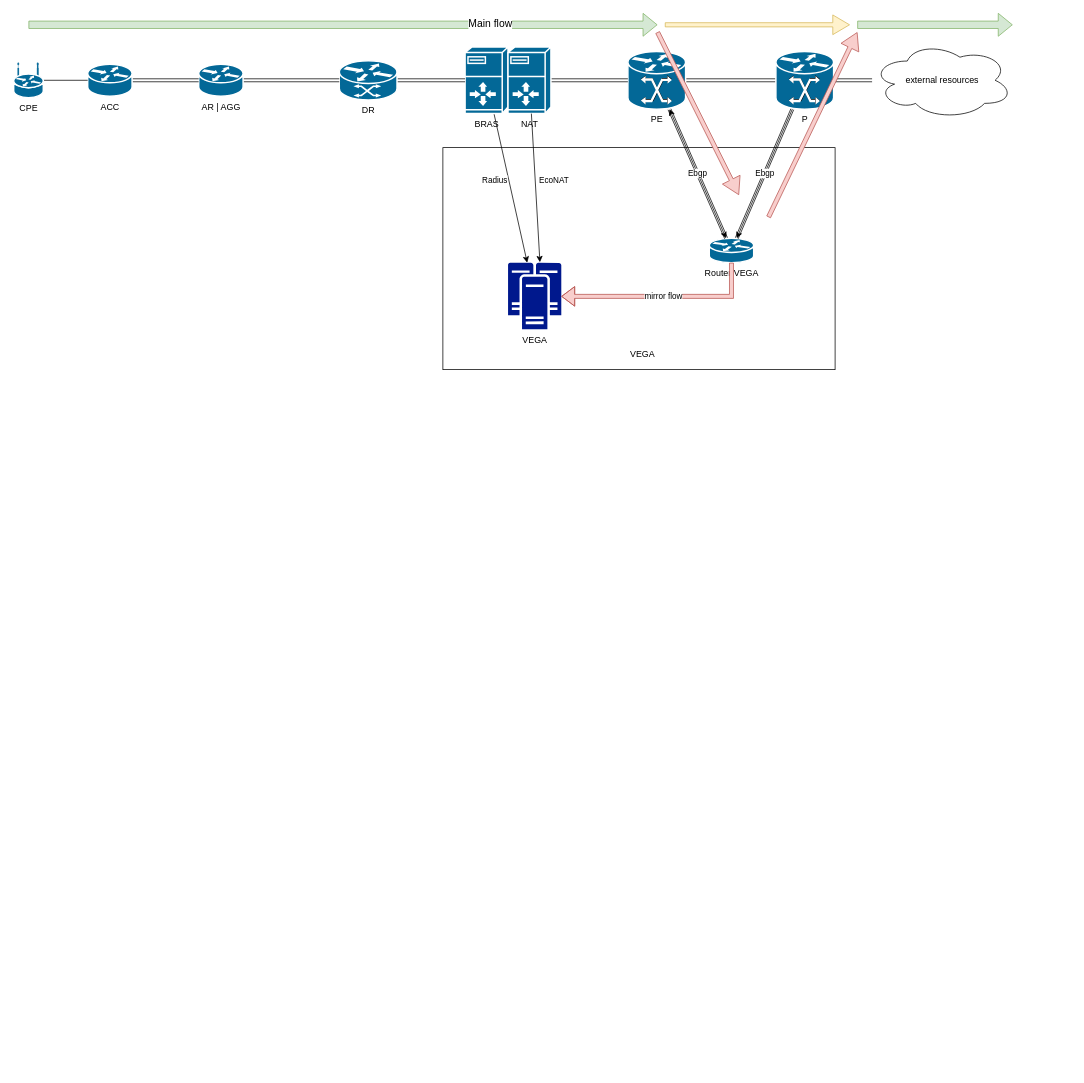
Before: Vega_flow.drawio in qqmax7/test, a draw.io diagram. Source tidied: cells renumbered, new cells numbered last; positions are measured from the earlier drawing's top-left corner, leaving out a move shared by most shapes. Both pictures are drawn from the tidied source at 74%, with x=0, y=0 at pixel (13, 24).
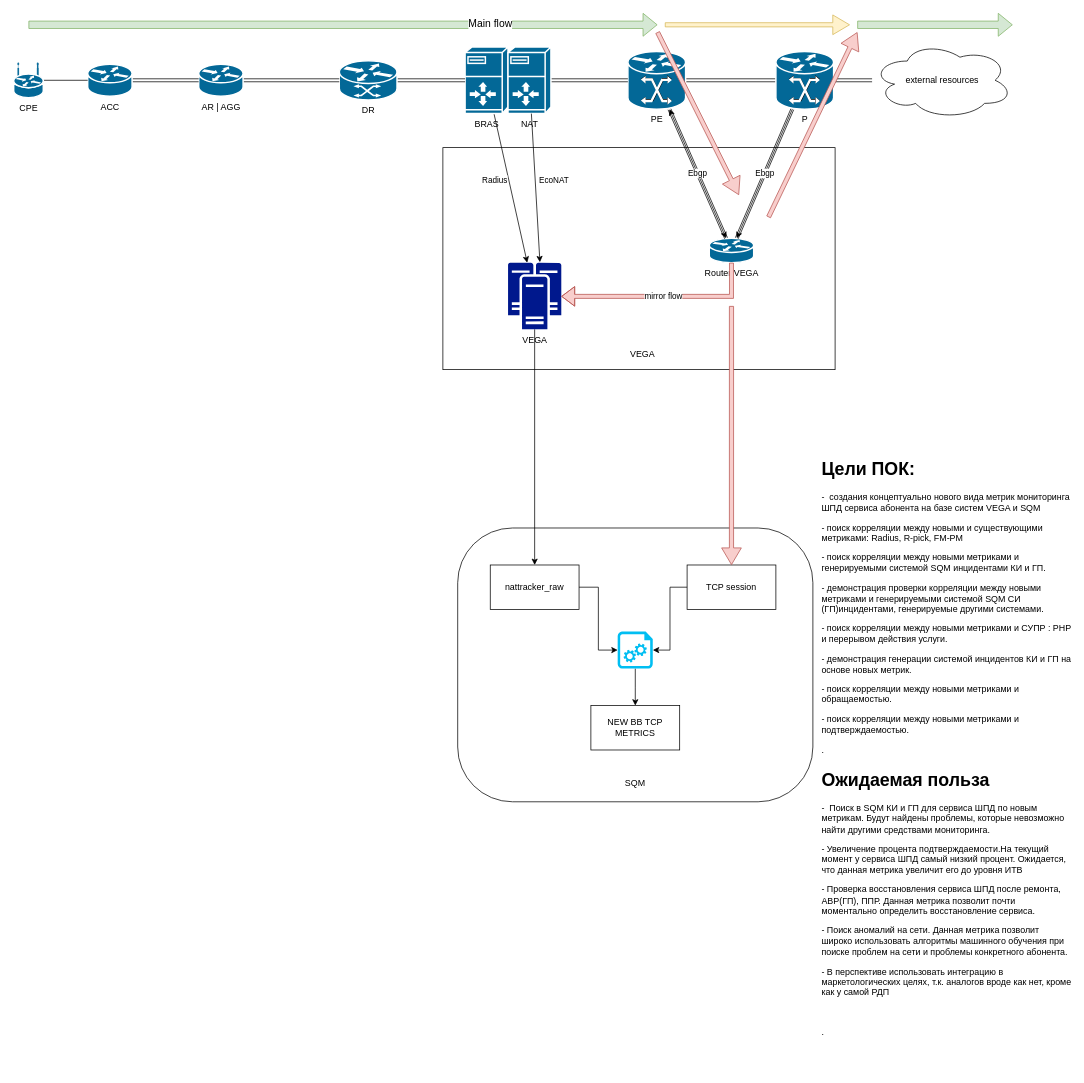
The same diagram, later.

Unchanged cells that the change refers to:
```xml
<mxCell id="24" value="VEGA" style="sketch=0;shadow=0;dashed=0;html=1;strokeColor=none;labelPosition=center;verticalLabelPosition=bottom;verticalAlign=top;align=center;fillColor=#00188D;shape=mxgraph.mscae.enterprise.cluster_server;" parent="1" vertex="1">
  <mxGeometry x="668" y="321.5" width="72" height="90" as="geometry" />
</mxCell>
```

What changed in the source:
```diff
@@
+    <mxCell id="35" style="rounded=1;whiteSpace=wrap;html=1;arcSize=20;" parent="1" vertex="1">
+      <mxGeometry x="600" y="680" width="480" height="370" as="geometry" />
+    </mxCell>
@@
+    <mxCell id="36" style="edgeStyle=orthogonalEdgeStyle;rounded=0;jettySize=auto;html=1;entryX=0.5;entryY=0;entryDx=0;entryDy=0;" parent="1" edge="1" source="24" target="38">
+      <mxGeometry relative="1" as="geometry" />
+    </mxCell>
@@
+    <mxCell id="37" value="SQM" style="text;html=1;whiteSpace=wrap;strokeColor=none;fillColor=none;align=center;verticalAlign=middle;rounded=0;" parent="1" vertex="1">
+      <mxGeometry x="810" y="1010" width="60" height="30" as="geometry" />
+    </mxCell>
+    <mxCell id="38" value="nattracker_raw" style="rounded=0;whiteSpace=wrap;html=1;" parent="1" vertex="1">
+      <mxGeometry x="644" y="730" width="120" height="60" as="geometry" />
+    </mxCell>
+    <mxCell id="39" value="TCP session" style="rounded=0;whiteSpace=wrap;html=1;" parent="1" vertex="1">
+      <mxGeometry x="910" y="730" width="120" height="60" as="geometry" />
+    </mxCell>
+    <mxCell id="40" style="shape=flexArrow;endArrow=classic;html=1;rounded=0;width=5.641025641025641;endSize=7.199999999999999;fillColor=#f8cecc;strokeColor=#b85450;entryX=0.5;entryY=0;entryDx=0;entryDy=0;" parent="1" edge="1" target="39">
+      <mxGeometry relative="1" as="geometry">
+        <mxPoint x="970" y="380" as="sourcePoint" />
+      </mxGeometry>
+    </mxCell>
+    <mxCell id="41" style="edgeStyle=orthogonalEdgeStyle;rounded=0;jettySize=auto;html=1;entryX=0.5;entryY=0;entryDx=0;entryDy=0;" parent="1" edge="1" source="42" target="45">
+      <mxGeometry relative="1" as="geometry" />
+    </mxCell>
+    <mxCell id="42" style="verticalLabelPosition=bottom;html=1;verticalAlign=top;align=center;strokeColor=none;fillColor=#00BEF2;shape=mxgraph.azure.startup_task;" parent="1" vertex="1">
+      <mxGeometry x="816.2" y="820" width="47.5" height="50" as="geometry" />
+    </mxCell>
+    <mxCell id="43" style="edgeStyle=orthogonalEdgeStyle;rounded=0;jettySize=auto;html=1;entryX=0;entryY=0.5;entryDx=0;entryDy=0;entryPerimeter=0;" parent="1" edge="1" source="38" target="42">
+      <mxGeometry relative="1" as="geometry" />
+    </mxCell>
+    <mxCell id="44" style="edgeStyle=orthogonalEdgeStyle;rounded=0;jettySize=auto;html=1;entryX=1;entryY=0.5;entryDx=0;entryDy=0;entryPerimeter=0;" parent="1" edge="1" source="39" target="42">
+      <mxGeometry relative="1" as="geometry" />
+    </mxCell>
+    <mxCell id="45" value="NEW BB TCP METRICS" style="rounded=0;whiteSpace=wrap;html=1;" parent="1" vertex="1">
+      <mxGeometry x="780" y="920" width="120" height="60" as="geometry" />
+    </mxCell>
+    <mxCell id="46" value="&lt;h1 style=&quot;margin-top: 0px;&quot;&gt;Цели ПОК:&lt;/h1&gt;&lt;p&gt;-&amp;nbsp; создания концептуально нового вида метрик мониторинга ШПД сервиса абонента на базе систем VEGA и SQM&lt;/p&gt;&lt;p&gt;- поиск корреляции между новыми и существующими метриками: Radius, R-pick, FM-PM&lt;/p&gt;&lt;p&gt;- поиск корреляции между новыми метриками и генерируемыми системой SQM инцидентами КИ и ГП.&lt;/p&gt;&lt;p&gt;- демонстрация проверки корреляции между новыми метриками и генерируемыми системой SQM СИ (ГП)инцидентами, генерируемые другими системами.&lt;/p&gt;&lt;p&gt;- поиск корреляции между новыми метриками и СУПР : РНР и перерывом действия услуги.&lt;/p&gt;&lt;p&gt;- демонстрация генерации системой инцидентов КИ и ГП на основе новых метрик.&lt;/p&gt;&lt;p&gt;- поиск корреляции между новыми метриками и обращаемостью.&lt;/p&gt;&lt;p&gt;- поиск корреляции между новыми метриками и подтверждаемостью.&lt;/p&gt;&lt;p&gt;.&lt;/p&gt;" style="text;html=1;whiteSpace=wrap;overflow=hidden;rounded=0;" parent="1" vertex="1">
+      <mxGeometry x="1090" y="580" width="340" height="410" as="geometry" />
+    </mxCell>
+    <mxCell id="47" value="&lt;h1 style=&quot;margin-top: 0px;&quot;&gt;Ожидаемая польза&lt;/h1&gt;&lt;p&gt;-&amp;nbsp; Поиск в SQM КИ и ГП для сервиса ШПД по новым метрикам. Будут найдены проблемы, которые невозможно найти другими средствами мониторинга.&lt;/p&gt;&lt;p&gt;- Увеличение процента подтверждаемости.На текущий момент у сервиса ШПД самый низкий процент. Ожидается, что данная метрика увеличит его до уровня ИТВ&lt;/p&gt;&lt;p&gt;- Проверка восстановления сервиса ШПД после ремонта, АВР(ГП), ППР. Данная метрика позволит почти моментально определить восстановление сервиса.&lt;/p&gt;&lt;p&gt;- Поиск аномалий на сети. Данная метрика позволит широко использовать алгоритмы машинного обучения при поиске проблем на сети и проблемы конкретного абонента.&lt;/p&gt;&lt;p&gt;- В перспективе использовать интеграцию в маркетологических целях, т.к. аналогов вроде как нет, кроме как у самой РДП&amp;nbsp;&amp;nbsp;&lt;/p&gt;&lt;br&gt;&lt;p&gt;.&lt;/p&gt;" style="text;html=1;whiteSpace=wrap;overflow=hidden;rounded=0;" parent="1" vertex="1">
+      <mxGeometry x="1090" y="1000" width="340" height="410" as="geometry" />
+    </mxCell>
```
